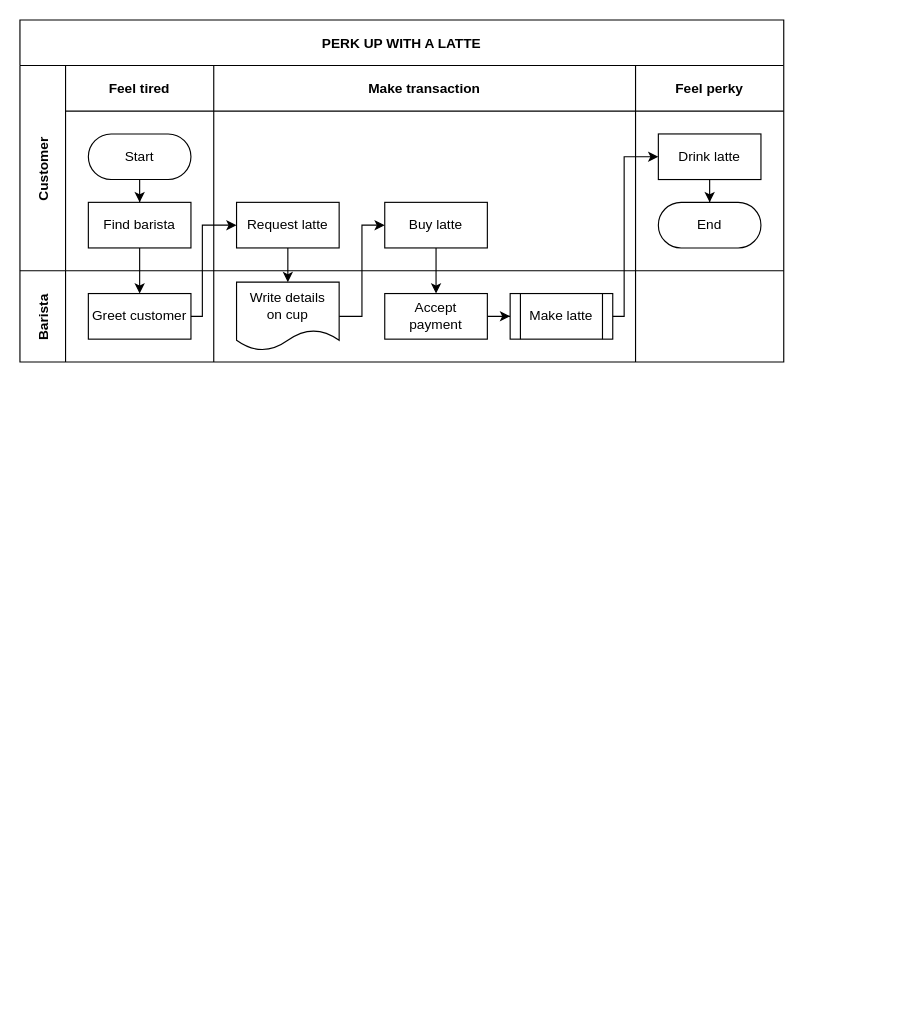
Zahirah19/Project keeps this draw.io diagram as Untitled Diagram.drawio. Above is the earlier version. Source tidied: cells renumbered, new cells numbered last; positions are measured from the earlier drawing's top-left corner, leaving out a move shared by most shapes. Both pictures are drawn from the tidied source at 114%, with x=0, y=0 at pixel (19, 19).
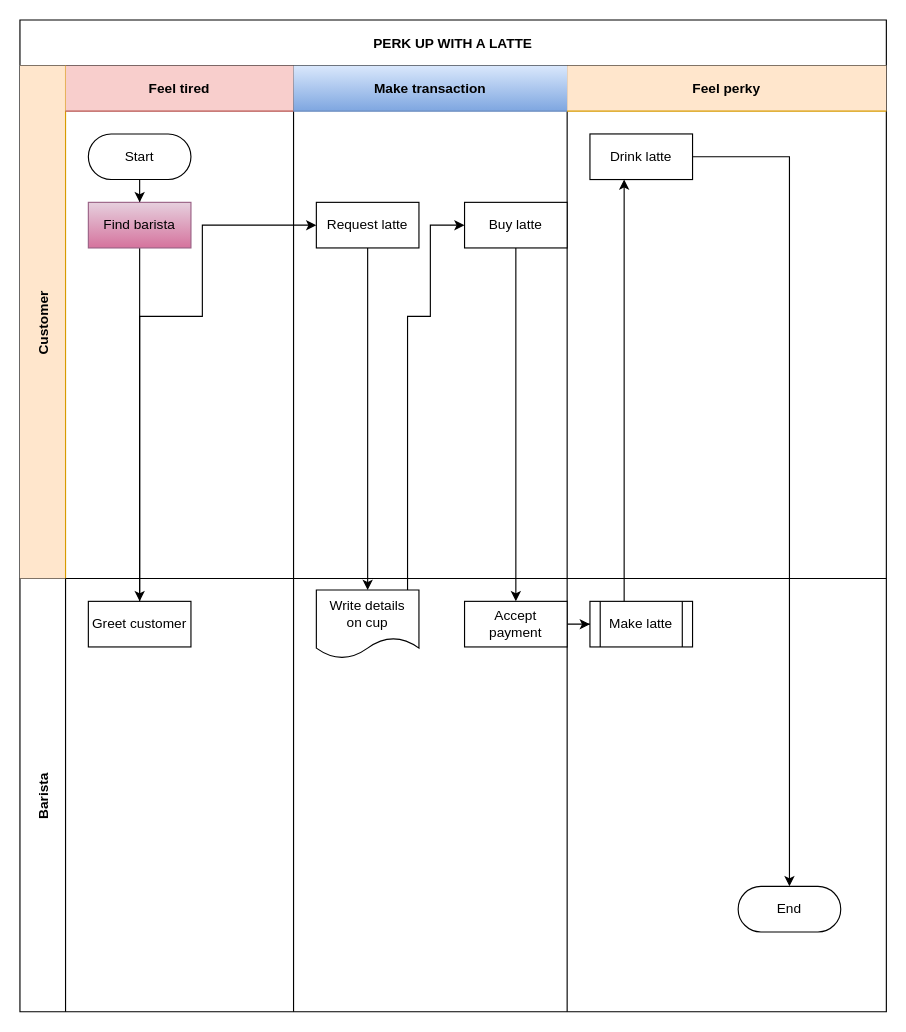
After the change.

Unchanged cells that the change refers to:
```xml
<mxCell id="11" value="Buy latte" style="rounded=0;whiteSpace=wrap;html=1;" parent="9" vertex="1">
  <mxGeometry x="150" y="120" width="90" height="40" as="geometry" />
</mxCell>
<mxCell id="14" value="Drink latte" style="rounded=0;whiteSpace=wrap;html=1;" parent="12" vertex="1">
  <mxGeometry x="20" y="60" width="90" height="40" as="geometry" />
</mxCell>
<mxCell id="22" value="Write details&lt;br&gt;on cup" style="shape=document;whiteSpace=wrap;html=1;boundedLbl=1;" parent="19" vertex="1">
  <mxGeometry x="20" y="10" width="90" height="60" as="geometry" />
</mxCell>
```

The edit, as a diff of the source:
```diff
@@
     <mxCell id="2" value="PERK UP WITH A LATTE" style="shape=table;childLayout=tableLayout;startSize=40;fillColor=none;fontStyle=1;" parent="1" vertex="1">
-      <mxGeometry width="670" height="300" as="geometry" />
+      <mxGeometry width="760" height="870" as="geometry" />
     </mxCell>
@@
-    <mxCell id="4" value="Customer" style="shape=tableRow;horizontal=0;swimlaneHead=0;swimlaneBody=0;top=0;left=0;bottom=0;right=0;fillColor=none;startSize=40;fontStyle=1;" parent="2" vertex="1">
-      <mxGeometry y="40" width="670" height="180" as="geometry" />
+    <mxCell id="4" value="Customer" style="shape=tableRow;horizontal=0;swimlaneHead=0;swimlaneBody=0;top=0;left=0;bottom=0;right=0;fillColor=#ffe6cc;startSize=40;fontStyle=1;strokeColor=#d79b00;" parent="2" vertex="1">
+      <mxGeometry y="40" width="760" height="450" as="geometry" />
     </mxCell>
-    <mxCell id="5" value="Feel tired" style="swimlane;swimlaneHead=0;swimlaneBody=0;fillColor=none;startSize=40;fontStyle=1;" parent="4" vertex="1">
-      <mxGeometry x="40" width="130" height="180" as="geometry" />
+    <mxCell id="5" value="Feel tired" style="swimlane;swimlaneHead=0;swimlaneBody=0;fillColor=#f8cecc;startSize=40;fontStyle=1;strokeColor=#b85450;" parent="4" vertex="1">
+      <mxGeometry x="40" width="200" height="450" as="geometry" />
     </mxCell>
@@
-    <mxCell id="8" value="Find barista" style="rounded=0;whiteSpace=wrap;html=1;" parent="5" vertex="1">
+    <mxCell id="8" value="Find barista" style="rounded=0;whiteSpace=wrap;html=1;fillColor=#e6d0de;strokeColor=#996185;gradientColor=#d5739d;" parent="5" vertex="1">
       <mxGeometry x="20" y="120" width="90" height="40" as="geometry" />
     </mxCell>
-    <mxCell id="9" value="Make transaction" style="swimlane;swimlaneHead=0;swimlaneBody=0;fillColor=none;startSize=40;fontStyle=1;" parent="4" vertex="1">
-      <mxGeometry x="170" width="370" height="180" as="geometry" />
+    <mxCell id="9" value="Make transaction" style="swimlane;swimlaneHead=0;swimlaneBody=0;fillColor=#dae8fc;startSize=40;fontStyle=1;gradientColor=#7ea6e0;strokeColor=#6c8ebf;" parent="4" vertex="1">
+      <mxGeometry x="240" width="240" height="450" as="geometry" />
     </mxCell>
@@
-    <mxCell id="12" value="Feel perky" style="swimlane;swimlaneHead=0;swimlaneBody=0;fillColor=none;startSize=40;fontStyle=1;" parent="4" vertex="1">
-      <mxGeometry x="540" width="130" height="180" as="geometry" />
+    <mxCell id="12" value="Feel perky" style="swimlane;swimlaneHead=0;swimlaneBody=0;fillColor=#ffe6cc;startSize=40;fontStyle=1;strokeColor=#d79b00;" parent="4" vertex="1">
+      <mxGeometry x="480" width="280" height="450" as="geometry" />
     </mxCell>
-    <mxCell id="13" style="edgeStyle=orthogonalEdgeStyle;rounded=0;jettySize=auto;html=1;" parent="12" edge="1" source="14" target="15">
-      <mxGeometry relative="1" as="geometry" />
-    </mxCell>
@@
-    <mxCell id="15" value="End" style="rounded=1;whiteSpace=wrap;html=1;arcSize=50;" parent="12" vertex="1">
-      <mxGeometry x="20" y="120" width="90" height="40" as="geometry" />
-    </mxCell>
     <mxCell id="16" value="Barista" style="shape=tableRow;horizontal=0;swimlaneHead=0;swimlaneBody=0;top=0;left=0;bottom=0;right=0;fillColor=none;startSize=40;fontStyle=1;" parent="2" vertex="1">
-      <mxGeometry y="220" width="670" height="80" as="geometry" />
+      <mxGeometry y="490" width="760" height="380" as="geometry" />
     </mxCell>
     <mxCell id="17" style="swimlane;swimlaneHead=0;swimlaneBody=0;fillColor=none;startSize=0;fontStyle=1;" parent="16" vertex="1">
-      <mxGeometry x="40" width="130" height="80" as="geometry" />
+      <mxGeometry x="40" width="200" height="380" as="geometry" />
     </mxCell>
@@
     <mxCell id="19" style="swimlane;swimlaneHead=0;swimlaneBody=0;fillColor=none;startSize=0;fontStyle=1;" parent="16" vertex="1">
-      <mxGeometry x="170" width="370" height="80" as="geometry" />
+      <mxGeometry x="240" width="240" height="380" as="geometry" />
     </mxCell>
@@
     <mxCell id="24" style="swimlane;swimlaneHead=0;swimlaneBody=0;fillColor=none;startSize=0;fontStyle=1;" parent="16" vertex="1">
-      <mxGeometry x="540" width="130" height="80" as="geometry" />
+      <mxGeometry x="480" width="280" height="380" as="geometry" />
     </mxCell>
+    <mxCell id="15" value="End" style="rounded=1;whiteSpace=wrap;html=1;arcSize=50;" parent="24" vertex="1">
+      <mxGeometry x="150" y="270" width="90" height="40" as="geometry" />
+    </mxCell>
@@
     <mxCell id="27" style="edgeStyle=orthogonalEdgeStyle;rounded=0;jettySize=auto;html=1;" parent="2" edge="1" source="22" target="11">
       <mxGeometry relative="1" as="geometry">
         <Array as="points">
-          <mxPoint x="300" y="260" />
-          <mxPoint x="300" y="180" />
+          <mxPoint x="340" y="260" />
+          <mxPoint x="360" y="260" />
+          <mxPoint x="360" y="180" />
         </Array>
       </mxGeometry>
     </mxCell>
@@
+    <mxCell id="13" style="edgeStyle=orthogonalEdgeStyle;rounded=0;jettySize=auto;html=1;" parent="2" edge="1" source="14" target="15">
+      <mxGeometry relative="1" as="geometry" />
+    </mxCell>
```
